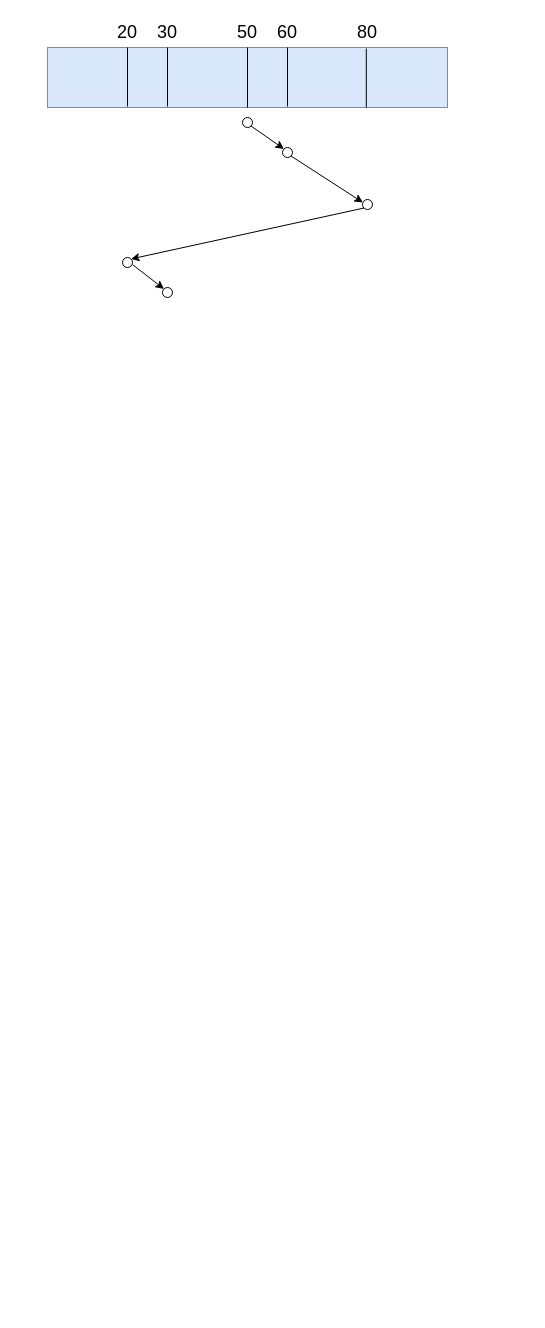
Earlier version of the draw.io diagram blog/Linux/Linux-0.11-kernel/block/block.drawio (zgjsxx/static-img-repo). Source tidied: cells renumbered, new cells numbered last; positions are measured from the earlier drawing's top-left corner, leaving out a move shared by most shapes. Both pictures are drawn from the tidied source at 100%, with x=0, y=0 at pixel (47, 17).
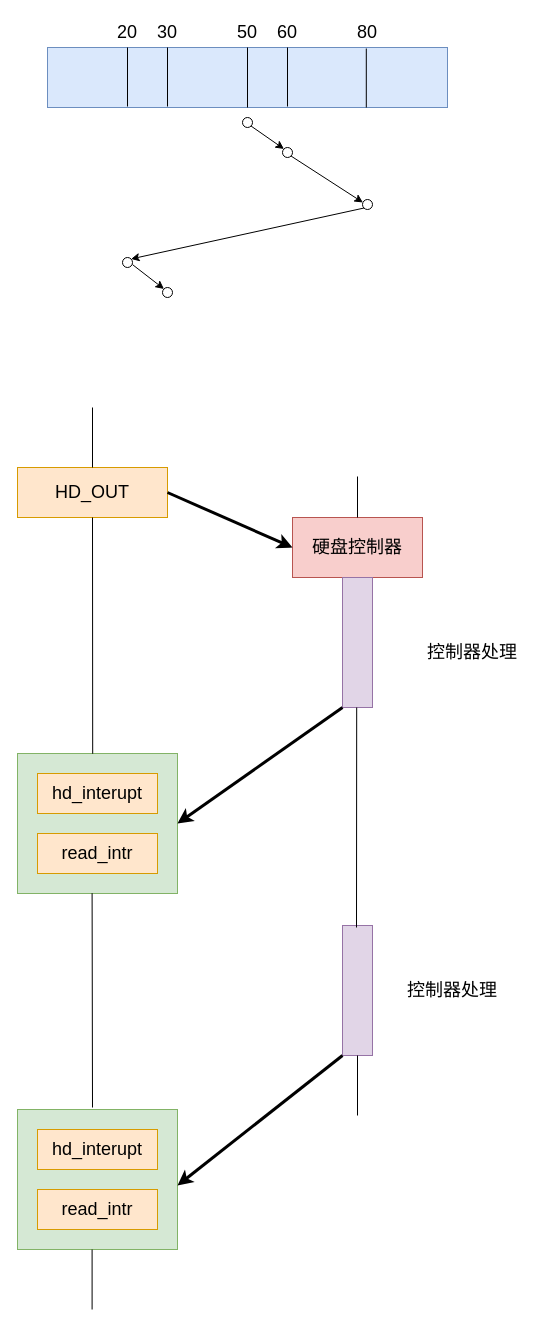
The same page after the edit.

What changed in the source:
```diff
@@
+    <mxCell id="22" value="硬盘控制器" style="rounded=0;whiteSpace=wrap;html=1;fontSize=18;fillColor=#f8cecc;strokeColor=#b85450;" parent="1" vertex="1">
+      <mxGeometry x="245" y="500" width="130" height="60" as="geometry" />
+    </mxCell>
+    <mxCell id="23" value="&lt;font style=&quot;font-size: 18px;&quot;&gt;HD_OUT&lt;/font&gt;" style="rounded=0;whiteSpace=wrap;html=1;fillColor=#ffe6cc;strokeColor=#d79b00;" parent="1" vertex="1">
+      <mxGeometry x="-30" y="450" width="150" height="50" as="geometry" />
+    </mxCell>
+    <mxCell id="24" style="endArrow=classic;html=1;rounded=0;fontSize=18;exitX=1;exitY=0.5;exitDx=0;exitDy=0;entryX=0;entryY=0.5;entryDx=0;entryDy=0;strokeWidth=3;" parent="1" edge="1" source="23" target="22">
+      <mxGeometry relative="1" as="geometry" />
+    </mxCell>
+    <mxCell id="25" style="rounded=0;whiteSpace=wrap;html=1;fontSize=18;fillColor=#d5e8d4;strokeColor=#82b366;" parent="1" vertex="1">
+      <mxGeometry x="-30" y="736" width="160" height="140" as="geometry" />
+    </mxCell>
+    <mxCell id="26" value="&lt;font style=&quot;font-size: 18px;&quot;&gt;hd_interupt&lt;/font&gt;" style="rounded=0;whiteSpace=wrap;html=1;fillColor=#ffe6cc;strokeColor=#d79b00;" parent="1" vertex="1">
+      <mxGeometry x="-10" y="756" width="120" height="40" as="geometry" />
+    </mxCell>
+    <mxCell id="27" value="&lt;font style=&quot;font-size: 18px;&quot;&gt;read_intr&lt;/font&gt;" style="rounded=0;whiteSpace=wrap;html=1;fillColor=#ffe6cc;strokeColor=#d79b00;" parent="1" vertex="1">
+      <mxGeometry x="-10" y="816" width="120" height="40" as="geometry" />
+    </mxCell>
+    <mxCell id="28" style="rounded=0;whiteSpace=wrap;html=1;fontSize=18;fillColor=#d5e8d4;strokeColor=#82b366;" parent="1" vertex="1">
+      <mxGeometry x="-30" y="1092" width="160" height="140" as="geometry" />
+    </mxCell>
+    <mxCell id="29" value="&lt;font style=&quot;font-size: 18px;&quot;&gt;hd_interupt&lt;/font&gt;" style="rounded=0;whiteSpace=wrap;html=1;fillColor=#ffe6cc;strokeColor=#d79b00;" parent="1" vertex="1">
+      <mxGeometry x="-10" y="1112" width="120" height="40" as="geometry" />
+    </mxCell>
+    <mxCell id="30" value="&lt;font style=&quot;font-size: 18px;&quot;&gt;read_intr&lt;/font&gt;" style="rounded=0;whiteSpace=wrap;html=1;fillColor=#ffe6cc;strokeColor=#d79b00;" parent="1" vertex="1">
+      <mxGeometry x="-10" y="1172" width="120" height="40" as="geometry" />
+    </mxCell>
+    <mxCell id="31" style="rounded=0;whiteSpace=wrap;html=1;fontSize=18;fillColor=#e1d5e7;strokeColor=#9673a6;" parent="1" vertex="1">
+      <mxGeometry x="295" y="560" width="30" height="130" as="geometry" />
+    </mxCell>
+    <mxCell id="32" style="endArrow=classic;html=1;rounded=0;fontSize=18;exitX=0;exitY=1;exitDx=0;exitDy=0;entryX=1;entryY=0.5;entryDx=0;entryDy=0;strokeWidth=3;" parent="1" edge="1" source="31" target="25">
+      <mxGeometry relative="1" as="geometry" />
+    </mxCell>
+    <mxCell id="33" style="rounded=0;whiteSpace=wrap;html=1;fontSize=18;fillColor=#e1d5e7;strokeColor=#9673a6;" parent="1" vertex="1">
+      <mxGeometry x="295" y="908" width="30" height="130" as="geometry" />
+    </mxCell>
+    <mxCell id="34" style="endArrow=classic;html=1;rounded=0;fontSize=18;exitX=0;exitY=1;exitDx=0;exitDy=0;entryX=1;entryY=0.5;entryDx=0;entryDy=0;strokeWidth=3;" parent="1" edge="1">
+      <mxGeometry relative="1" as="geometry">
+        <mxPoint x="295" y="1038" as="sourcePoint" />
+        <mxPoint x="130" y="1168" as="targetPoint" />
+      </mxGeometry>
+    </mxCell>
+    <mxCell id="35" style="endArrow=none;html=1;rounded=0;fontSize=18;entryX=0.5;entryY=1;entryDx=0;entryDy=0;exitX=0.47;exitY=0.002;exitDx=0;exitDy=0;exitPerimeter=0;" parent="1" edge="1" source="25" target="23">
+      <mxGeometry relative="1" as="geometry" />
+    </mxCell>
+    <mxCell id="36" style="endArrow=none;html=1;rounded=0;fontSize=18;entryX=0.5;entryY=1;entryDx=0;entryDy=0;" parent="1" edge="1">
+      <mxGeometry relative="1" as="geometry">
+        <mxPoint x="45" y="1090" as="sourcePoint" />
+        <mxPoint x="44.6" y="875.7" as="targetPoint" />
+      </mxGeometry>
+    </mxCell>
+    <mxCell id="37" style="endArrow=none;html=1;rounded=0;fontSize=18;entryX=0.5;entryY=1;entryDx=0;entryDy=0;" parent="1" edge="1">
+      <mxGeometry relative="1" as="geometry">
+        <mxPoint x="309" y="910" as="sourcePoint" />
+        <mxPoint x="309.2" y="690" as="targetPoint" />
+      </mxGeometry>
+    </mxCell>
+    <mxCell id="38" style="endArrow=none;html=1;rounded=0;fontSize=18;exitX=0.5;exitY=0;exitDx=0;exitDy=0;" parent="1" edge="1" source="23">
+      <mxGeometry relative="1" as="geometry">
+        <mxPoint x="45" y="390" as="targetPoint" />
+      </mxGeometry>
+    </mxCell>
+    <mxCell id="39" style="endArrow=none;html=1;rounded=0;fontSize=18;exitX=0.5;exitY=0;exitDx=0;exitDy=0;" parent="1" edge="1">
+      <mxGeometry relative="1" as="geometry">
+        <mxPoint x="44.6" y="1292" as="sourcePoint" />
+        <mxPoint x="44.6" y="1232" as="targetPoint" />
+      </mxGeometry>
+    </mxCell>
+    <mxCell id="40" style="endArrow=none;html=1;rounded=0;fontSize=18;entryX=0.5;entryY=0;entryDx=0;entryDy=0;" parent="1" edge="1" target="22">
+      <mxGeometry relative="1" as="geometry">
+        <mxPoint x="310" y="459" as="sourcePoint" />
+      </mxGeometry>
+    </mxCell>
+    <mxCell id="41" style="endArrow=none;html=1;rounded=0;fontSize=18;exitX=0.5;exitY=0;exitDx=0;exitDy=0;" parent="1" edge="1">
+      <mxGeometry relative="1" as="geometry">
+        <mxPoint x="310" y="1098" as="sourcePoint" />
+        <mxPoint x="310" y="1038" as="targetPoint" />
+      </mxGeometry>
+    </mxCell>
+    <mxCell id="42" value="&lt;font style=&quot;font-size: 18px;&quot;&gt;控制器处理&lt;/font&gt;" style="text;strokeColor=none;align=center;fillColor=none;html=1;verticalAlign=middle;whiteSpace=wrap;rounded=0;fontSize=18;" parent="1" vertex="1">
+      <mxGeometry x="370" y="620" width="110" height="30" as="geometry" />
+    </mxCell>
+    <mxCell id="43" value="&lt;font style=&quot;font-size: 18px;&quot;&gt;控制器处理&lt;/font&gt;" style="text;strokeColor=none;align=center;fillColor=none;html=1;verticalAlign=middle;whiteSpace=wrap;rounded=0;fontSize=18;" parent="1" vertex="1">
+      <mxGeometry x="350" y="958" width="110" height="30" as="geometry" />
+    </mxCell>
```
